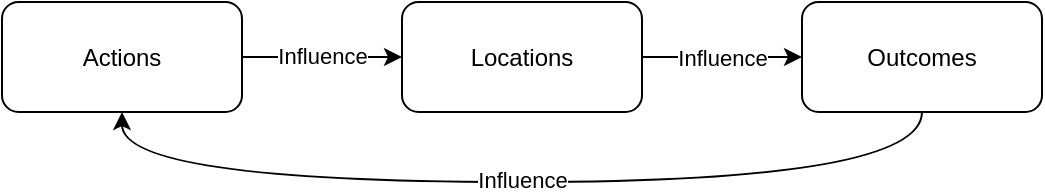
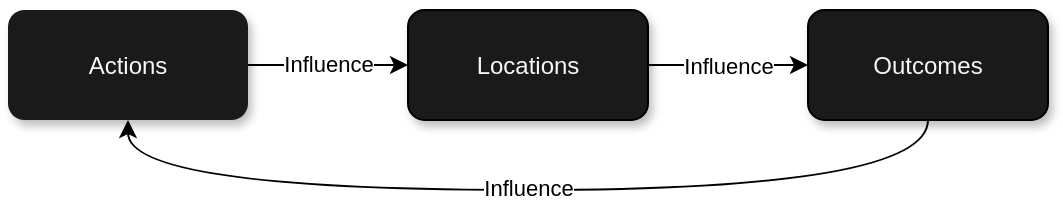
<mxfile host="Electron" agent="Mozilla/5.0 (Macintosh; Intel Mac OS X 10_15_7) AppleWebKit/537.36 (KHTML, like Gecko) draw.io/25.0.2 Chrome/128.0.6613.186 Electron/32.2.5 Safari/537.36" version="25.0.2">
  <diagram name="Page-1" id="_OZEUOdVH4sj0H_UNSGH">
-     <mxGraphModel dx="1036" dy="693" grid="1" gridSize="10" guides="1" tooltips="1" connect="1" arrows="1" fold="1" page="1" pageScale="1" pageWidth="535" pageHeight="125" math="0" shadow="0">
+     <mxGraphModel dx="984" dy="658" grid="1" gridSize="10" guides="1" tooltips="1" connect="1" arrows="1" fold="1" page="1" pageScale="1" pageWidth="535" pageHeight="125" math="0" shadow="0">
      <root>
        <mxCell id="0" />
        <mxCell id="1" parent="0" />
-         <mxCell id="XmyWu7udQUh6Cns2-Ur6-4" style="edgeStyle=orthogonalEdgeStyle;rounded=0;orthogonalLoop=1;jettySize=auto;html=1;entryX=0;entryY=0.5;entryDx=0;entryDy=0;" edge="1" parent="1" source="XmyWu7udQUh6Cns2-Ur6-1" target="XmyWu7udQUh6Cns2-Ur6-2">
+         <mxCell id="XmyWu7udQUh6Cns2-Ur6-4" style="edgeStyle=orthogonalEdgeStyle;rounded=0;orthogonalLoop=1;jettySize=auto;html=1;entryX=0;entryY=0.5;entryDx=0;entryDy=0;" parent="1" source="XmyWu7udQUh6Cns2-Ur6-1" target="XmyWu7udQUh6Cns2-Ur6-2" edge="1">
          <mxGeometry relative="1" as="geometry" />
        </mxCell>
-         <mxCell id="XmyWu7udQUh6Cns2-Ur6-6" value="Influence" style="edgeLabel;html=1;align=center;verticalAlign=middle;resizable=0;points=[];" vertex="1" connectable="0" parent="XmyWu7udQUh6Cns2-Ur6-4">
+         <mxCell id="XmyWu7udQUh6Cns2-Ur6-6" value="Influence" style="edgeLabel;html=1;align=center;verticalAlign=middle;resizable=0;points=[];" parent="XmyWu7udQUh6Cns2-Ur6-4" vertex="1" connectable="0">
          <mxGeometry x="0.125" y="2" relative="1" as="geometry">
            <mxPoint x="-5" y="1" as="offset" />
          </mxGeometry>
        </mxCell>
-         <mxCell id="XmyWu7udQUh6Cns2-Ur6-1" value="Actions" style="rounded=1;whiteSpace=wrap;html=1;" vertex="1" parent="1">
+         <mxCell id="XmyWu7udQUh6Cns2-Ur6-1" value="Actions" style="rounded=1;whiteSpace=wrap;html=1;fillColor=#1A1A1A;strokeColor=none;fontColor=#F7F7F7;shadow=1;" parent="1" vertex="1">
          <mxGeometry x="7" y="18" width="120" height="55" as="geometry" />
        </mxCell>
-         <mxCell id="XmyWu7udQUh6Cns2-Ur6-5" style="edgeStyle=orthogonalEdgeStyle;rounded=0;orthogonalLoop=1;jettySize=auto;html=1;entryX=0;entryY=0.5;entryDx=0;entryDy=0;" edge="1" parent="1" source="XmyWu7udQUh6Cns2-Ur6-2" target="XmyWu7udQUh6Cns2-Ur6-3">
+         <mxCell id="XmyWu7udQUh6Cns2-Ur6-5" style="edgeStyle=orthogonalEdgeStyle;rounded=0;orthogonalLoop=1;jettySize=auto;html=1;entryX=0;entryY=0.5;entryDx=0;entryDy=0;" parent="1" source="XmyWu7udQUh6Cns2-Ur6-2" target="XmyWu7udQUh6Cns2-Ur6-3" edge="1">
          <mxGeometry relative="1" as="geometry" />
        </mxCell>
-         <mxCell id="XmyWu7udQUh6Cns2-Ur6-7" value="Influence" style="edgeLabel;html=1;align=center;verticalAlign=middle;resizable=0;points=[];" vertex="1" connectable="0" parent="XmyWu7udQUh6Cns2-Ur6-5">
+         <mxCell id="XmyWu7udQUh6Cns2-Ur6-7" value="Influence" style="edgeLabel;html=1;align=center;verticalAlign=middle;resizable=0;points=[];" parent="XmyWu7udQUh6Cns2-Ur6-5" vertex="1" connectable="0">
          <mxGeometry x="-0.0986" y="-1" relative="1" as="geometry">
            <mxPoint x="4" y="-1" as="offset" />
          </mxGeometry>
        </mxCell>
-         <mxCell id="XmyWu7udQUh6Cns2-Ur6-2" value="Locations" style="rounded=1;whiteSpace=wrap;html=1;" vertex="1" parent="1">
+         <mxCell id="XmyWu7udQUh6Cns2-Ur6-2" value="Locations" style="rounded=1;whiteSpace=wrap;html=1;fontColor=#F7F7F7;fillColor=#1A1A1A;shadow=1;" parent="1" vertex="1">
          <mxGeometry x="207" y="18" width="120" height="55" as="geometry" />
        </mxCell>
-         <mxCell id="XmyWu7udQUh6Cns2-Ur6-8" style="edgeStyle=orthogonalEdgeStyle;rounded=0;orthogonalLoop=1;jettySize=auto;html=1;entryX=0.5;entryY=1;entryDx=0;entryDy=0;curved=1;" edge="1" parent="1" source="XmyWu7udQUh6Cns2-Ur6-3" target="XmyWu7udQUh6Cns2-Ur6-1">
+         <mxCell id="XmyWu7udQUh6Cns2-Ur6-8" style="edgeStyle=orthogonalEdgeStyle;rounded=0;orthogonalLoop=1;jettySize=auto;html=1;entryX=0.5;entryY=1;entryDx=0;entryDy=0;curved=1;" parent="1" source="XmyWu7udQUh6Cns2-Ur6-3" target="XmyWu7udQUh6Cns2-Ur6-1" edge="1">
          <mxGeometry relative="1" as="geometry">
            <Array as="points">
              <mxPoint x="467" y="108" />
              <mxPoint x="67" y="108" />
            </Array>
          </mxGeometry>
        </mxCell>
-         <mxCell id="XmyWu7udQUh6Cns2-Ur6-9" value="Influence" style="edgeLabel;html=1;align=center;verticalAlign=middle;resizable=0;points=[];" vertex="1" connectable="0" parent="XmyWu7udQUh6Cns2-Ur6-8">
+         <mxCell id="XmyWu7udQUh6Cns2-Ur6-9" value="Influence" style="edgeLabel;html=1;align=center;verticalAlign=middle;resizable=0;points=[];" parent="XmyWu7udQUh6Cns2-Ur6-8" vertex="1" connectable="0">
          <mxGeometry x="0.1461" y="-1" relative="1" as="geometry">
            <mxPoint x="34" as="offset" />
          </mxGeometry>
        </mxCell>
-         <mxCell id="XmyWu7udQUh6Cns2-Ur6-3" value="Outcomes" style="rounded=1;whiteSpace=wrap;html=1;" vertex="1" parent="1">
+         <mxCell id="XmyWu7udQUh6Cns2-Ur6-3" value="Outcomes" style="rounded=1;whiteSpace=wrap;html=1;fontColor=#F7F7F7;fillColor=#1A1A1A;shadow=1;" parent="1" vertex="1">
          <mxGeometry x="407" y="18" width="120" height="55" as="geometry" />
        </mxCell>
      </root>
    </mxGraphModel>
  </diagram>
</mxfile>
